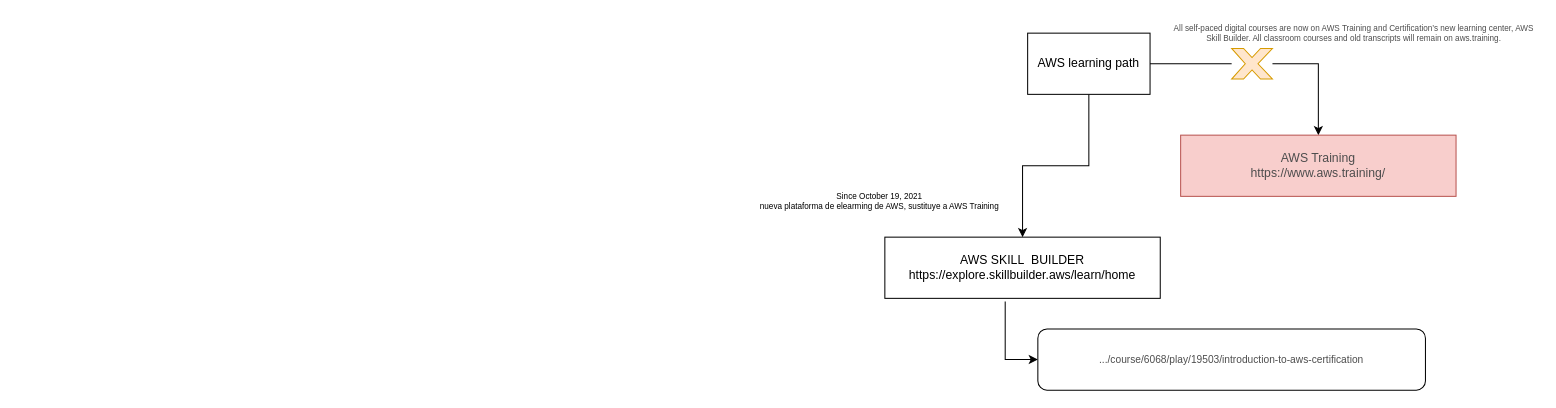
Before: LearningPaths.drawio in efmpacheco/DIAGRAMS, a draw.io diagram. Source tidied: cells renumbered, new cells numbered last; positions are measured from the earlier drawing's top-left corner, leaving out a move shared by most shapes. Both pictures are drawn from the tidied source at 102%, with x=0, y=0 at pixel (752, 17).
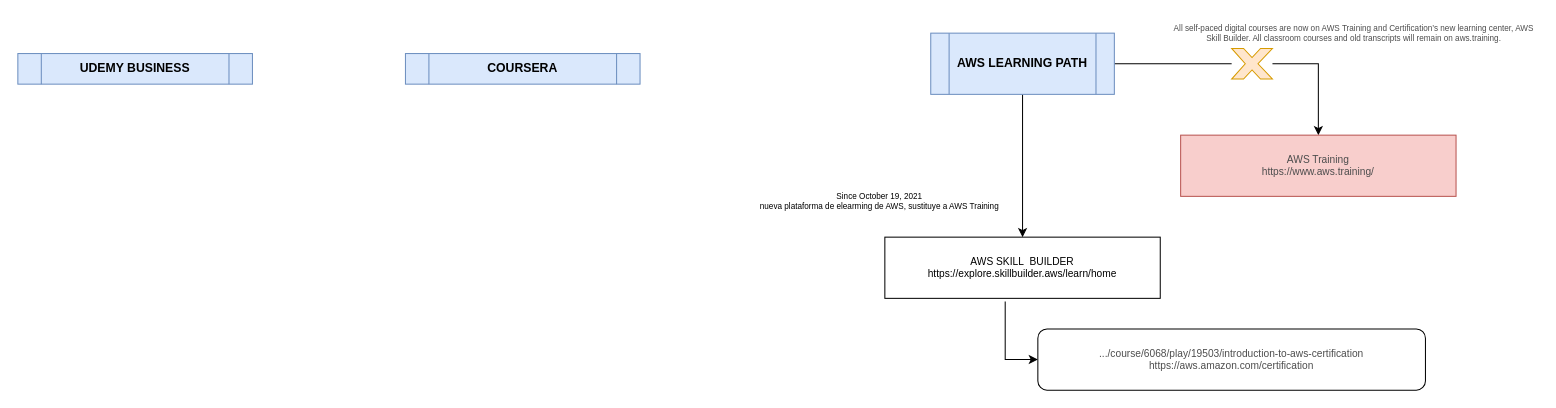
The same page after the edit.

The edit, as a diff of the source:
```diff
@@
 <mxGraphModel>
   <root>
     <mxCell id="0" />
     <mxCell id="1" parent="0" />
-    <mxCell id="2" style="edgeStyle=orthogonalEdgeStyle;rounded=0;jettySize=auto;html=1;" parent="1" edge="1" source="4" target="5">
+    <mxCell id="2" style="edgeStyle=orthogonalEdgeStyle;rounded=0;jettySize=auto;html=1;exitX=0.5;exitY=1;exitDx=0;exitDy=0;" parent="1" edge="1" source="13" target="5">
       <mxGeometry relative="1" as="geometry" />
     </mxCell>
     <mxCell id="3" style="edgeStyle=orthogonalEdgeStyle;rounded=0;jettySize=auto;html=1;startArrow=none;" parent="1" edge="1" source="9" target="8">
       <mxGeometry relative="1" as="geometry">
         <Array as="points">
           <mxPoint x="555" y="45" />
         </Array>
       </mxGeometry>
     </mxCell>
-    <mxCell id="4" value="AWS learning path" style="rounded=0;whiteSpace=wrap;html=1;" parent="1" vertex="1">
-      <mxGeometry x="270" y="15" width="120" height="60" as="geometry" />
-    </mxCell>
-    <mxCell id="5" value="AWS SKILL&amp;nbsp; BUILDER&lt;br&gt;https://explore.skillbuilder.aws/learn/home" style="rounded=0;whiteSpace=wrap;html=1;" parent="1" vertex="1">
+    <mxCell id="5" value="AWS SKILL&amp;nbsp; BUILDER&lt;br style=&quot;font-size: 10px;&quot;&gt;https://explore.skillbuilder.aws/learn/home" style="rounded=0;whiteSpace=wrap;html=1;fontSize=10;" parent="1" vertex="1">
       <mxGeometry x="130" y="215" width="270" height="60" as="geometry" />
     </mxCell>
     <mxCell id="6" value="Since October 19, 2021&lt;br&gt;nueva plataforma de elearming de AWS, sustituye a AWS Training" style="text;html=1;strokeColor=none;fillColor=none;align=center;verticalAlign=middle;whiteSpace=wrap;rounded=0;fontSize=8;" parent="1" vertex="1">
       <mxGeometry y="165" width="250" height="30" as="geometry" />
     </mxCell>
     <mxCell id="7" style="edgeStyle=orthogonalEdgeStyle;rounded=0;jettySize=auto;html=1;exitX=0.437;exitY=1.05;exitDx=0;exitDy=0;entryX=0;entryY=0.5;entryDx=0;entryDy=0;fontSize=8;fontColor=#4D4D4D;exitPerimeter=0;" parent="1" edge="1" source="5" target="12">
       <mxGeometry relative="1" as="geometry" />
     </mxCell>
-    <mxCell id="8" value="AWS Training&lt;br&gt;https://www.aws.training/" style="rounded=0;whiteSpace=wrap;html=1;fillColor=#f8cecc;strokeColor=#b85450;fontColor=#4D4D4D;" parent="1" vertex="1">
+    <mxCell id="8" value="AWS Training&lt;br style=&quot;font-size: 10px;&quot;&gt;https://www.aws.training/" style="rounded=0;whiteSpace=wrap;html=1;fillColor=#f8cecc;strokeColor=#b85450;fontColor=#4D4D4D;fontSize=10;" parent="1" vertex="1">
       <mxGeometry x="420" y="115" width="270" height="60" as="geometry" />
     </mxCell>
     <mxCell id="9" style="verticalLabelPosition=bottom;verticalAlign=top;html=1;shape=mxgraph.basic.x;fillColor=#ffe6cc;strokeColor=#d79b00;" parent="1" vertex="1">
       <mxGeometry x="470" y="30" width="40" height="30" as="geometry" />
     </mxCell>
-    <mxCell id="10" style="edgeStyle=orthogonalEdgeStyle;rounded=0;jettySize=auto;html=1;endArrow=none;" parent="1" edge="1" source="4" target="9">
+    <mxCell id="10" style="edgeStyle=orthogonalEdgeStyle;rounded=0;jettySize=auto;html=1;endArrow=none;exitX=1;exitY=0.5;exitDx=0;exitDy=0;" parent="1" edge="1" source="13" target="9">
       <mxGeometry relative="1" as="geometry" />
     </mxCell>
     <mxCell id="11" value="All self-paced digital courses are now on AWS Training and Certification’s new learning center, AWS Skill Builder. All classroom courses and old transcripts will remain on aws.training." style="text;html=1;strokeColor=none;fillColor=none;align=center;verticalAlign=middle;whiteSpace=wrap;rounded=0;fontColor=#4D4D4D;fontSize=8;" parent="1" vertex="1">
       <mxGeometry x="410" width="360" height="30" as="geometry" />
     </mxCell>
-    <mxCell id="12" value=".../course/6068/play/19503/introduction-to-aws-certification" style="rounded=1;whiteSpace=wrap;html=1;fontSize=10;fontColor=#4D4D4D;" parent="1" vertex="1">
+    <mxCell id="12" value=".../course/6068/play/19503/introduction-to-aws-certification&lt;br&gt;https://aws.amazon.com/certification" style="rounded=1;whiteSpace=wrap;html=1;fontSize=10;fontColor=#4D4D4D;" parent="1" vertex="1">
       <mxGeometry x="280" y="305" width="380" height="60" as="geometry" />
     </mxCell>
+    <mxCell id="13" value="AWS LEARNING PATH" style="shape=process;whiteSpace=wrap;html=1;backgroundOutline=1;fontSize=12;fontStyle=1;fillColor=#dae8fc;strokeColor=#6c8ebf;" parent="1" vertex="1">
+      <mxGeometry x="175" y="15" width="180" height="60" as="geometry" />
+    </mxCell>
+    <mxCell id="14" value="COURSERA&lt;br&gt;" style="shape=process;whiteSpace=wrap;html=1;backgroundOutline=1;fontSize=12;fontStyle=1;fillColor=#dae8fc;strokeColor=#6c8ebf;" parent="1" vertex="1">
+      <mxGeometry x="-340" y="35" width="230" height="30" as="geometry" />
+    </mxCell>
+    <mxCell id="15" value="UDEMY BUSINESS" style="shape=process;whiteSpace=wrap;html=1;backgroundOutline=1;fontSize=12;fontStyle=1;fillColor=#dae8fc;strokeColor=#6c8ebf;" parent="1" vertex="1">
+      <mxGeometry x="-720" y="35" width="230" height="30" as="geometry" />
+    </mxCell>
   </root>
 </mxGraphModel>
```
